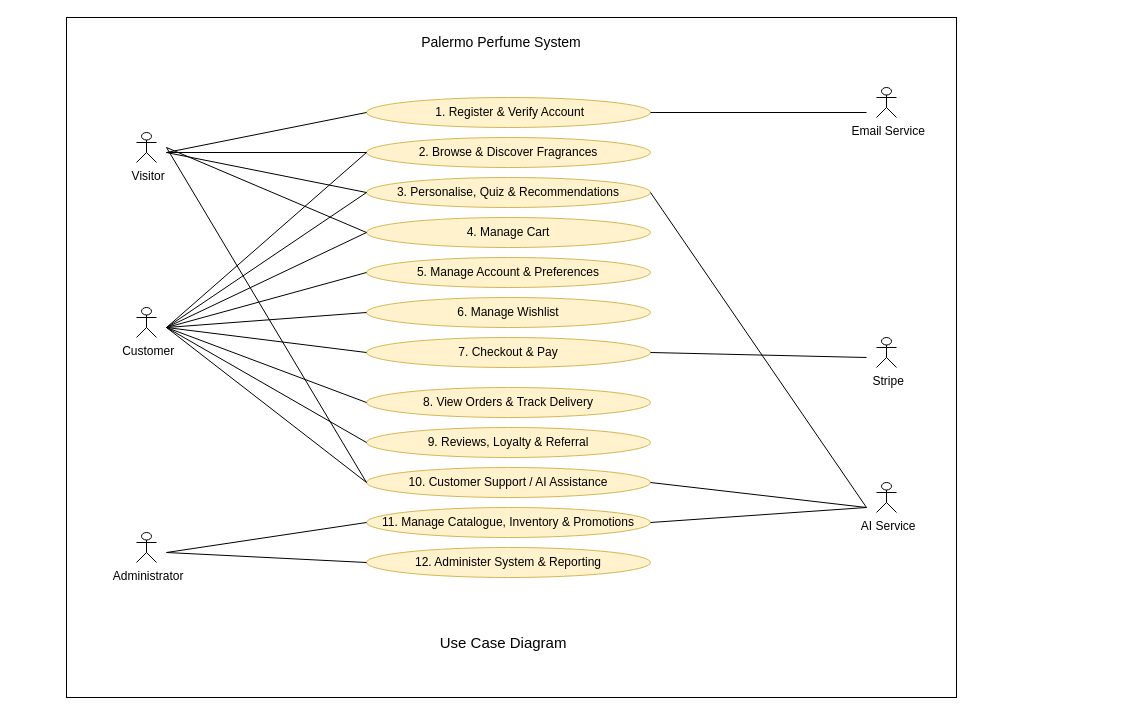
Mel-18-Palermo/Palermo-Perfume-System keeps this draw.io diagram as docs/diagrams/report-src/use-case-diagram.drawio. Above is the earlier version. Source tidied: cells renumbered, new cells numbered last; positions are measured from the earlier drawing's top-left corner, leaving out a move shared by most shapes. Both pictures are drawn from the tidied source at 100%, with x=0, y=0 at pixel (66, 17).
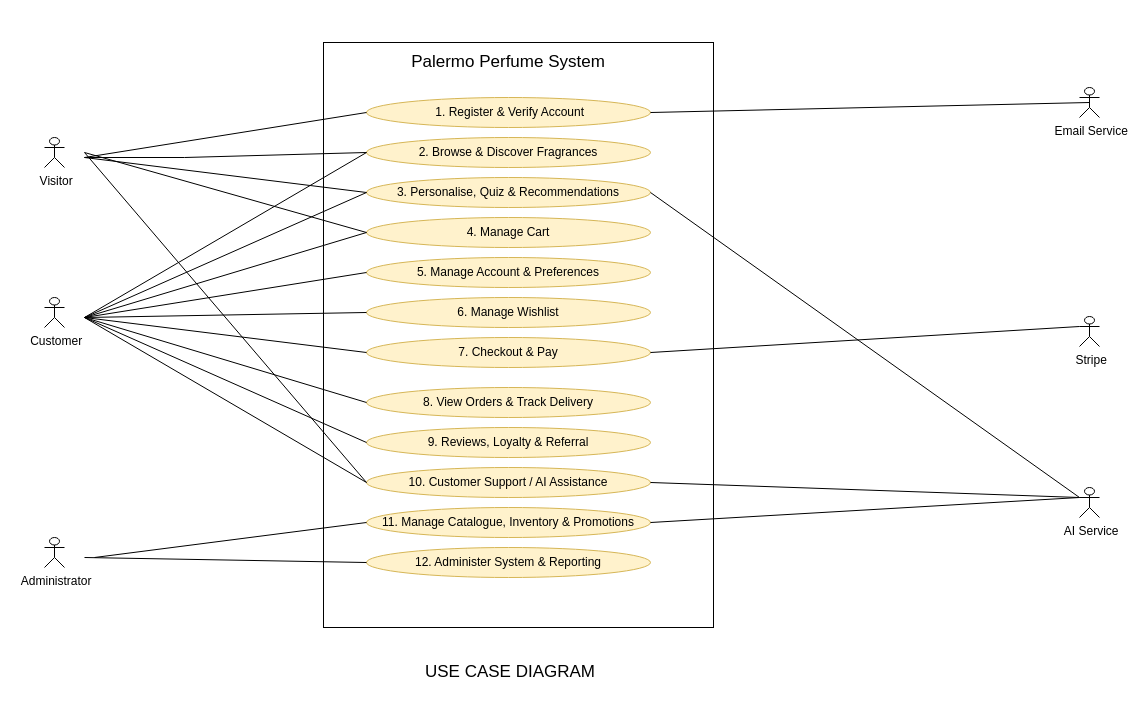
After the change.

Commit message (it also covers changes not shown here):
Fix use-case diagram source and export consistency

Unchanged cells that the change refers to:
```xml
<mxCell id="4" value="3. Personalise, Quiz &amp;amp; Recommendations" style="ellipse;whiteSpace=wrap;html=1;fillColor=#fff2cc;strokeColor=#d6b656;" parent="1" vertex="1">
  <mxGeometry x="300" y="160" width="284" height="30" as="geometry" />
</mxCell>
<mxCell id="5" value="4. Manage Cart" style="ellipse;whiteSpace=wrap;html=1;fillColor=#fff2cc;strokeColor=#d6b656;" parent="1" vertex="1">
  <mxGeometry x="300" y="200" width="284" height="30" as="geometry" />
</mxCell>
<mxCell id="6" value="5. Manage Account &amp;amp; Preferences" style="ellipse;whiteSpace=wrap;html=1;fillColor=#fff2cc;strokeColor=#d6b656;" parent="1" vertex="1">
  <mxGeometry x="300" y="240" width="284" height="30" as="geometry" />
</mxCell>
<mxCell id="7" value="2. Browse &amp;amp; Discover Fragrances" style="ellipse;whiteSpace=wrap;html=1;fillColor=#fff2cc;strokeColor=#d6b656;" parent="1" vertex="1">
  <mxGeometry x="300" y="120" width="284" height="30" as="geometry" />
</mxCell>
<mxCell id="8" value="6. Manage Wishlist" style="ellipse;whiteSpace=wrap;html=1;fillColor=#fff2cc;strokeColor=#d6b656;" parent="1" vertex="1">
  <mxGeometry x="300" y="280" width="284" height="30" as="geometry" />
</mxCell>
<mxCell id="9" value="7. Checkout &amp;amp; Pay" style="ellipse;whiteSpace=wrap;html=1;fillColor=#fff2cc;strokeColor=#d6b656;" parent="1" vertex="1">
  <mxGeometry x="300" y="320" width="284" height="30" as="geometry" />
</mxCell>
<mxCell id="10" value="8. View Orders &amp;amp; Track Delivery" style="ellipse;whiteSpace=wrap;html=1;fillColor=#fff2cc;strokeColor=#d6b656;" parent="1" vertex="1">
  <mxGeometry x="300" y="370" width="284" height="30" as="geometry" />
</mxCell>
<mxCell id="11" value="9. Reviews, Loyalty &amp;amp; Referral" style="ellipse;whiteSpace=wrap;html=1;fillColor=#fff2cc;strokeColor=#d6b656;" parent="1" vertex="1">
  <mxGeometry x="300" y="410" width="284" height="30" as="geometry" />
</mxCell>
<mxCell id="12" value="10. Customer Support / AI Assistance" style="ellipse;whiteSpace=wrap;html=1;fillColor=#fff2cc;strokeColor=#d6b656;" parent="1" vertex="1">
  <mxGeometry x="300" y="450" width="284" height="30" as="geometry" />
</mxCell>
<mxCell id="13" value="11. Manage Catalogue, Inventory &amp;amp; Promotions" style="ellipse;whiteSpace=wrap;html=1;fillColor=#fff2cc;strokeColor=#d6b656;" parent="1" vertex="1">
  <mxGeometry x="300" y="490" width="284" height="30" as="geometry" />
</mxCell>
<mxCell id="14" value="12. Administer System &amp;amp; Reporting" style="ellipse;whiteSpace=wrap;html=1;fillColor=#fff2cc;strokeColor=#d6b656;" parent="1" vertex="1">
  <mxGeometry x="300" y="530" width="284" height="30" as="geometry" />
</mxCell>
<mxCell id="15" value="&amp;nbsp;1. Register &amp;amp; Verify Account" style="ellipse;whiteSpace=wrap;html=1;fillColor=#fff2cc;strokeColor=#d6b656;" parent="1" vertex="1">
  <mxGeometry x="300" y="80" width="284" height="30" as="geometry" />
</mxCell>
```

The edit, as a diff of the source:
```diff
@@
-<mxGraphModel>
+<mxGraphModel background="light-dark(#FFFFFF,#2B2B2B)">
@@
-    <mxCell id="3" style="rounded=0;whiteSpace=wrap;html=1;" parent="1" vertex="1">
-      <mxGeometry width="890" height="680" as="geometry" />
-    </mxCell>
+    <mxCell id="45" style="rounded=0;whiteSpace=wrap;html=1;" parent="1" vertex="1">
+      <mxGeometry x="257" y="25" width="390" height="585" as="geometry" />
+    </mxCell>
@@
-    <mxCell id="16" value="&lt;font style=&quot;font-size: 14px;&quot;&gt;Palermo Perfume System&lt;/font&gt;" style="text;html=1;whiteSpace=wrap;strokeColor=none;fillColor=none;align=center;verticalAlign=middle;rounded=0;" parent="1" vertex="1">
-      <mxGeometry x="300" y="10" width="270" height="30" as="geometry" />
+    <mxCell id="16" value="&lt;font style=&quot;font-size: 17px;&quot;&gt;Palermo Perfume System&lt;/font&gt;" style="text;html=1;whiteSpace=wrap;strokeColor=none;fillColor=none;align=center;verticalAlign=middle;rounded=0;" parent="1" vertex="1">
+      <mxGeometry x="307" y="30" width="270" height="30" as="geometry" />
     </mxCell>
     <mxCell id="17" value="&amp;nbsp;Visitor" style="shape=umlActor;verticalLabelPosition=bottom;verticalAlign=top;html=1;" parent="1" vertex="1">
-      <mxGeometry x="70" y="115" width="20" height="30" as="geometry" />
+      <mxGeometry x="-22" y="120" width="20" height="30" as="geometry" />
     </mxCell>
-    <mxCell id="18" style="endArrow=none;html=1;rounded=0;entryX=0;entryY=0.5;entryDx=0;entryDy=0;" parent="1" edge="1" target="15">
-      <mxGeometry relative="1" as="geometry">
-        <mxPoint x="100" y="135" as="sourcePoint" />
-      </mxGeometry>
-    </mxCell>
-    <mxCell id="19" style="endArrow=none;html=1;rounded=0;entryX=0;entryY=0.5;entryDx=0;entryDy=0;" parent="1" edge="1" target="7">
-      <mxGeometry relative="1" as="geometry">
-        <mxPoint x="100" y="135" as="sourcePoint" />
-      </mxGeometry>
-    </mxCell>
-    <mxCell id="20" style="endArrow=none;html=1;rounded=0;entryX=0;entryY=0.5;entryDx=0;entryDy=0;" parent="1" edge="1" target="4">
-      <mxGeometry relative="1" as="geometry">
-        <mxPoint x="100" y="135" as="sourcePoint" />
-      </mxGeometry>
-    </mxCell>
+    <mxCell id="46" style="endArrow=none;html=1;rounded=0;entryX=0;entryY=0.5;entryDx=0;entryDy=0;" parent="1" edge="1" target="15">
+      <mxGeometry relative="1" as="geometry">
+        <mxPoint x="18" y="140" as="sourcePoint" />
+      </mxGeometry>
+    </mxCell>
+    <mxCell id="47" style="endArrow=none;html=1;rounded=0;entryX=0;entryY=0.5;entryDx=0;entryDy=0;" parent="1" edge="1" target="7">
+      <mxGeometry relative="1" as="geometry">
+        <mxPoint x="18" y="140" as="sourcePoint" />
+        <Array as="points">
+          <mxPoint x="118" y="140" />
+        </Array>
+      </mxGeometry>
+    </mxCell>
+    <mxCell id="48" style="endArrow=none;html=1;rounded=0;entryX=0;entryY=0.5;entryDx=0;entryDy=0;" parent="1" edge="1" target="4">
+      <mxGeometry relative="1" as="geometry">
+        <mxPoint x="18" y="140" as="sourcePoint" />
+      </mxGeometry>
+    </mxCell>
     <mxCell id="21" value="&amp;nbsp;Customer" style="shape=umlActor;verticalLabelPosition=bottom;verticalAlign=top;html=1;" parent="1" vertex="1">
-      <mxGeometry x="70" y="290" width="20" height="30" as="geometry" />
+      <mxGeometry x="-22" y="280" width="20" height="30" as="geometry" />
     </mxCell>
-    <mxCell id="22" style="endArrow=none;html=1;rounded=0;entryX=0;entryY=0.5;entryDx=0;entryDy=0;" parent="1" edge="1" target="5">
-      <mxGeometry relative="1" as="geometry">
-        <mxPoint x="100" y="310" as="sourcePoint" />
-      </mxGeometry>
-    </mxCell>
-    <mxCell id="23" style="endArrow=none;html=1;rounded=0;entryX=0;entryY=0.5;entryDx=0;entryDy=0;" parent="1" edge="1" target="6">
-      <mxGeometry relative="1" as="geometry">
-        <mxPoint x="100" y="310" as="sourcePoint" />
-      </mxGeometry>
-    </mxCell>
-    <mxCell id="24" style="endArrow=none;html=1;rounded=0;entryX=0;entryY=0.5;entryDx=0;entryDy=0;" parent="1" edge="1" target="8">
-      <mxGeometry relative="1" as="geometry">
-        <mxPoint x="100" y="310" as="sourcePoint" />
-      </mxGeometry>
-    </mxCell>
-    <mxCell id="25" style="endArrow=none;html=1;rounded=0;entryX=0;entryY=0.5;entryDx=0;entryDy=0;" parent="1" edge="1" target="9">
-      <mxGeometry relative="1" as="geometry">
-        <mxPoint x="100" y="310" as="sourcePoint" />
-      </mxGeometry>
-    </mxCell>
-    <mxCell id="26" style="endArrow=none;html=1;rounded=0;entryX=0;entryY=0.5;entryDx=0;entryDy=0;" parent="1" edge="1" target="10">
-      <mxGeometry relative="1" as="geometry">
-        <mxPoint x="100" y="310" as="sourcePoint" />
-      </mxGeometry>
-    </mxCell>
-    <mxCell id="27" style="endArrow=none;html=1;rounded=0;entryX=0;entryY=0.5;entryDx=0;entryDy=0;" parent="1" edge="1" target="11">
-      <mxGeometry relative="1" as="geometry">
-        <mxPoint x="100" y="310" as="sourcePoint" />
-      </mxGeometry>
-    </mxCell>
-    <mxCell id="28" style="endArrow=none;html=1;rounded=0;entryX=0;entryY=0.5;entryDx=0;entryDy=0;" parent="1" edge="1" target="12">
-      <mxGeometry relative="1" as="geometry">
-        <mxPoint x="100" y="310" as="sourcePoint" />
-      </mxGeometry>
-    </mxCell>
+    <mxCell id="49" style="endArrow=none;html=1;rounded=0;entryX=0;entryY=0.5;entryDx=0;entryDy=0;" parent="1" edge="1" target="5">
+      <mxGeometry relative="1" as="geometry">
+        <mxPoint x="18" y="300" as="sourcePoint" />
+      </mxGeometry>
+    </mxCell>
+    <mxCell id="50" style="endArrow=none;html=1;rounded=0;entryX=0;entryY=0.5;entryDx=0;entryDy=0;" parent="1" edge="1" target="6">
+      <mxGeometry relative="1" as="geometry">
+        <mxPoint x="18" y="300" as="sourcePoint" />
+      </mxGeometry>
+    </mxCell>
+    <mxCell id="51" style="endArrow=none;html=1;rounded=0;entryX=0;entryY=0.5;entryDx=0;entryDy=0;" parent="1" edge="1" target="8">
+      <mxGeometry relative="1" as="geometry">
+        <mxPoint x="18" y="300" as="sourcePoint" />
+      </mxGeometry>
+    </mxCell>
+    <mxCell id="52" style="endArrow=none;html=1;rounded=0;entryX=0;entryY=0.5;entryDx=0;entryDy=0;" parent="1" edge="1" target="9">
+      <mxGeometry relative="1" as="geometry">
+        <mxPoint x="18" y="300" as="sourcePoint" />
+      </mxGeometry>
+    </mxCell>
+    <mxCell id="53" style="endArrow=none;html=1;rounded=0;entryX=0;entryY=0.5;entryDx=0;entryDy=0;" parent="1" edge="1" target="10">
+      <mxGeometry relative="1" as="geometry">
+        <mxPoint x="18" y="300" as="sourcePoint" />
+      </mxGeometry>
+    </mxCell>
+    <mxCell id="54" style="endArrow=none;html=1;rounded=0;entryX=0;entryY=0.5;entryDx=0;entryDy=0;" parent="1" edge="1" target="11">
+      <mxGeometry relative="1" as="geometry">
+        <mxPoint x="18" y="300" as="sourcePoint" />
+      </mxGeometry>
+    </mxCell>
+    <mxCell id="55" style="endArrow=none;html=1;rounded=0;entryX=0;entryY=0.5;entryDx=0;entryDy=0;" parent="1" edge="1" target="12">
+      <mxGeometry relative="1" as="geometry">
+        <mxPoint x="18" y="300" as="sourcePoint" />
+      </mxGeometry>
+    </mxCell>
     <mxCell id="29" value="&amp;nbsp;Administrator" style="shape=umlActor;verticalLabelPosition=bottom;verticalAlign=top;html=1;" parent="1" vertex="1">
-      <mxGeometry x="70" y="515" width="20" height="30" as="geometry" />
+      <mxGeometry x="-22" y="520" width="20" height="30" as="geometry" />
     </mxCell>
-    <mxCell id="30" style="endArrow=none;html=1;rounded=0;entryX=0;entryY=0.5;entryDx=0;entryDy=0;" parent="1" edge="1" target="13">
-      <mxGeometry relative="1" as="geometry">
-        <mxPoint x="100" y="535" as="sourcePoint" />
-      </mxGeometry>
-    </mxCell>
-    <mxCell id="31" style="endArrow=none;html=1;rounded=0;entryX=0;entryY=0.5;entryDx=0;entryDy=0;" parent="1" edge="1" target="14">
-      <mxGeometry relative="1" as="geometry">
-        <mxPoint x="100" y="535" as="sourcePoint" />
-      </mxGeometry>
-    </mxCell>
+    <mxCell id="56" style="endArrow=none;html=1;rounded=0;entryX=0;entryY=0.5;entryDx=0;entryDy=0;" parent="1" edge="1" target="13">
+      <mxGeometry relative="1" as="geometry">
+        <mxPoint x="28" y="540" as="sourcePoint" />
+      </mxGeometry>
+    </mxCell>
+    <mxCell id="57" style="endArrow=none;html=1;rounded=0;entryX=0;entryY=0.5;entryDx=0;entryDy=0;" parent="1" edge="1" target="14">
+      <mxGeometry relative="1" as="geometry">
+        <mxPoint x="18" y="540" as="sourcePoint" />
+      </mxGeometry>
+    </mxCell>
     <mxCell id="32" value="&amp;nbsp;Email Service" style="shape=umlActor;verticalLabelPosition=bottom;verticalAlign=top;html=1;outlineConnect=0;" parent="1" vertex="1">
-      <mxGeometry x="810" y="70" width="20" height="30" as="geometry" />
+      <mxGeometry x="1013" y="70" width="20" height="30" as="geometry" />
     </mxCell>
-    <mxCell id="33" style="endArrow=none;html=1;rounded=0;exitX=1;exitY=0.5;exitDx=0;exitDy=0;" parent="1" edge="1" source="15">
-      <mxGeometry relative="1" as="geometry">
-        <mxPoint x="800" y="95" as="targetPoint" />
-      </mxGeometry>
-    </mxCell>
+    <mxCell id="58" style="endArrow=none;html=1;rounded=0;exitX=1;exitY=0.5;exitDx=0;exitDy=0;entryX=0.5;entryY=0.5;entryDx=0;entryDy=0;entryPerimeter=0;" parent="1" edge="1" source="15" target="32">
+      <mxGeometry relative="1" as="geometry" />
+    </mxCell>
     <mxCell id="34" value="&amp;nbsp;Stripe" style="shape=umlActor;verticalLabelPosition=bottom;verticalAlign=top;html=1;outlineConnect=0;" parent="1" vertex="1">
-      <mxGeometry x="810" y="320" width="20" height="30" as="geometry" />
+      <mxGeometry x="1013" y="299" width="20" height="30" as="geometry" />
     </mxCell>
-    <mxCell id="35" style="endArrow=none;html=1;rounded=0;exitX=1;exitY=0.5;exitDx=0;exitDy=0;" parent="1" edge="1" source="9">
-      <mxGeometry relative="1" as="geometry">
-        <mxPoint x="800" y="340" as="targetPoint" />
-      </mxGeometry>
-    </mxCell>
+    <mxCell id="59" style="endArrow=none;html=1;rounded=0;exitX=1;exitY=0.5;exitDx=0;exitDy=0;entryX=0;entryY=0.3333333333333333;entryDx=0;entryDy=0;entryPerimeter=0;" parent="1" edge="1" source="9" target="34">
+      <mxGeometry relative="1" as="geometry" />
+    </mxCell>
     <mxCell id="36" value="&amp;nbsp;AI Service" style="shape=umlActor;verticalLabelPosition=bottom;verticalAlign=top;html=1;outlineConnect=0;" parent="1" vertex="1">
-      <mxGeometry x="810" y="465" width="20" height="30" as="geometry" />
+      <mxGeometry x="1013" y="470" width="20" height="30" as="geometry" />
     </mxCell>
-    <mxCell id="37" style="endArrow=none;html=1;rounded=0;exitX=1;exitY=0.5;exitDx=0;exitDy=0;" parent="1" edge="1" source="12">
-      <mxGeometry relative="1" as="geometry">
-        <mxPoint x="800" y="490" as="targetPoint" />
-      </mxGeometry>
-    </mxCell>
-    <mxCell id="38" style="endArrow=none;html=1;rounded=0;exitX=1;exitY=0.5;exitDx=0;exitDy=0;" parent="1" edge="1" source="13">
-      <mxGeometry relative="1" as="geometry">
-        <mxPoint x="800" y="490" as="targetPoint" />
-      </mxGeometry>
-    </mxCell>
-    <mxCell id="39" value="&lt;span style=&quot;font-size: 15px;&quot;&gt;&amp;nbsp;Use Case Diagram&lt;/span&gt;" style="text;html=1;whiteSpace=wrap;strokeColor=none;fillColor=none;align=center;verticalAlign=middle;rounded=0;" parent="1" vertex="1">
-      <mxGeometry x="333" y="610" width="204" height="30" as="geometry" />
-    </mxCell>
-    <mxCell id="40" style="endArrow=none;html=1;rounded=0;entryX=1;entryY=0.5;entryDx=0;entryDy=0;" parent="1" edge="1" target="4">
-      <mxGeometry relative="1" as="geometry">
-        <mxPoint x="800" y="490" as="sourcePoint" />
-      </mxGeometry>
-    </mxCell>
-    <mxCell id="41" style="endArrow=none;html=1;rounded=0;entryX=0;entryY=0.5;entryDx=0;entryDy=0;" parent="1" edge="1" target="4">
-      <mxGeometry relative="1" as="geometry">
-        <mxPoint x="100" y="310" as="sourcePoint" />
-      </mxGeometry>
-    </mxCell>
-    <mxCell id="42" style="endArrow=none;html=1;rounded=0;entryX=0;entryY=0.5;entryDx=0;entryDy=0;" parent="1" edge="1" target="7">
-      <mxGeometry relative="1" as="geometry">
-        <mxPoint x="100" y="310" as="sourcePoint" />
-      </mxGeometry>
-    </mxCell>
-    <mxCell id="43" style="endArrow=none;html=1;rounded=0;entryX=0;entryY=0.5;entryDx=0;entryDy=0;" parent="1" edge="1" target="5">
-      <mxGeometry relative="1" as="geometry">
-        <mxPoint x="100" y="130" as="sourcePoint" />
-      </mxGeometry>
-    </mxCell>
-    <mxCell id="44" style="endArrow=none;html=1;rounded=0;entryX=0;entryY=0.5;entryDx=0;entryDy=0;" parent="1" edge="1" target="12">
-      <mxGeometry relative="1" as="geometry">
-        <mxPoint x="100" y="130" as="sourcePoint" />
-      </mxGeometry>
-    </mxCell>
+    <mxCell id="60" style="endArrow=none;html=1;rounded=0;exitX=1;exitY=0.5;exitDx=0;exitDy=0;entryX=0;entryY=0.3333333333333333;entryDx=0;entryDy=0;entryPerimeter=0;" parent="1" edge="1" source="12" target="36">
+      <mxGeometry relative="1" as="geometry" />
+    </mxCell>
+    <mxCell id="61" style="endArrow=none;html=1;rounded=0;exitX=1;exitY=0.5;exitDx=0;exitDy=0;entryX=0;entryY=0.3333333333333333;entryDx=0;entryDy=0;entryPerimeter=0;" parent="1" edge="1" source="13" target="36">
+      <mxGeometry relative="1" as="geometry" />
+    </mxCell>
+    <mxCell id="62" value="&lt;font style=&quot;font-size: 17px;&quot;&gt;USE CASE DIAGRAM&lt;/font&gt;" style="text;html=1;whiteSpace=wrap;strokeColor=none;fillColor=none;align=center;verticalAlign=middle;rounded=0;" parent="1" vertex="1">
+      <mxGeometry x="342" y="640" width="204" height="30" as="geometry" />
+    </mxCell>
+    <mxCell id="63" style="endArrow=none;html=1;rounded=0;entryX=1;entryY=0.5;entryDx=0;entryDy=0;exitX=0;exitY=0.3333333333333333;exitDx=0;exitDy=0;exitPerimeter=0;" parent="1" edge="1" source="36" target="4">
+      <mxGeometry relative="1" as="geometry" />
+    </mxCell>
+    <mxCell id="64" style="endArrow=none;html=1;rounded=0;entryX=0;entryY=0.5;entryDx=0;entryDy=0;" parent="1" edge="1" target="4">
+      <mxGeometry relative="1" as="geometry">
+        <mxPoint x="18" y="300" as="sourcePoint" />
+      </mxGeometry>
+    </mxCell>
+    <mxCell id="65" style="endArrow=none;html=1;rounded=0;entryX=0;entryY=0.5;entryDx=0;entryDy=0;" parent="1" edge="1" target="7">
+      <mxGeometry relative="1" as="geometry">
+        <mxPoint x="18" y="300" as="sourcePoint" />
+      </mxGeometry>
+    </mxCell>
+    <mxCell id="66" style="endArrow=none;html=1;rounded=0;entryX=0;entryY=0.5;entryDx=0;entryDy=0;" parent="1" edge="1" target="5">
+      <mxGeometry relative="1" as="geometry">
+        <mxPoint x="18" y="135" as="sourcePoint" />
+      </mxGeometry>
+    </mxCell>
+    <mxCell id="67" style="endArrow=none;html=1;rounded=0;entryX=0;entryY=0.5;entryDx=0;entryDy=0;" parent="1" edge="1" target="12">
+      <mxGeometry relative="1" as="geometry">
+        <mxPoint x="18" y="135" as="sourcePoint" />
+      </mxGeometry>
+    </mxCell>
```
